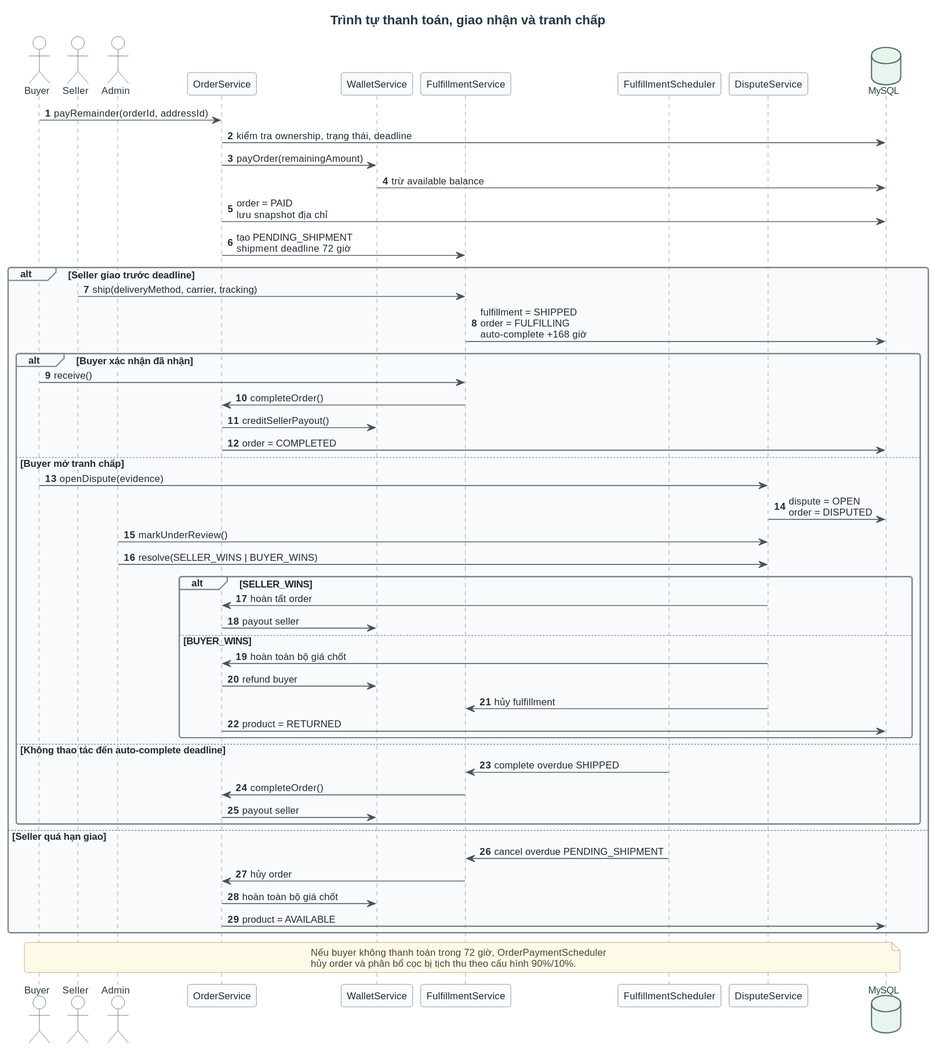
Before: thesis/figures/chapter-4/order-fulfillment-sequence.svg, a diagram exported from PlantUML (duynguyen312004/woodcert-auction). Its diagram source:
```plantuml
@startuml
!include chapter-4-style.puml
title Trình tự thanh toán, giao nhận và tranh chấp
autonumber

actor "Buyer" as Buyer
actor "Seller" as Seller
actor "Admin" as Admin
participant "OrderService" as Order
participant "WalletService" as Wallet
participant "FulfillmentService" as Fulfillment
participant "FulfillmentScheduler" as Scheduler
participant "DisputeService" as Dispute
database "MySQL" as MySQL

Buyer -> Order : payRemainder(orderId, addressId)
Order -> MySQL : kiểm tra ownership, trạng thái, deadline
Order -> Wallet : payOrder(remainingAmount)
Wallet -> MySQL : trừ available balance
Order -> MySQL : order = PAID\nlưu snapshot địa chỉ
Order -> Fulfillment : tạo PENDING_SHIPMENT\nshipment deadline 72 giờ

alt Seller giao trước deadline
  Seller -> Fulfillment : ship(deliveryMethod, carrier, tracking)
  Fulfillment -> MySQL : fulfillment = SHIPPED\norder = FULFILLING\nauto-complete +168 giờ

  alt Buyer xác nhận đã nhận
    Buyer -> Fulfillment : receive()
    Fulfillment -> Order : completeOrder()
    Order -> Wallet : creditSellerPayout()
    Order -> MySQL : order = COMPLETED
  else Buyer mở tranh chấp
    Buyer -> Dispute : openDispute(evidence)
    Dispute -> MySQL : dispute = OPEN\norder = DISPUTED
    Admin -> Dispute : markUnderReview()
    Admin -> Dispute : resolve(SELLER_WINS | BUYER_WINS)

    alt SELLER_WINS
      Dispute -> Order : hoàn tất order
      Order -> Wallet : payout seller
    else BUYER_WINS
      Dispute -> Order : hoàn toàn bộ giá chốt
      Order -> Wallet : refund buyer
      Dispute -> Fulfillment : hủy fulfillment
      Order -> MySQL : product = RETURNED
    end
  else Không thao tác đến auto-complete deadline
    Scheduler -> Fulfillment : complete overdue SHIPPED
    Fulfillment -> Order : completeOrder()
    Order -> Wallet : payout seller
  end
else Seller quá hạn giao
  Scheduler -> Fulfillment : cancel overdue PENDING_SHIPMENT
  Fulfillment -> Order : hủy order
  Order -> Wallet : hoàn toàn bộ giá chốt
  Order -> MySQL : product = AVAILABLE
end

note over Buyer,MySQL
Nếu buyer không thanh toán trong 72 giờ, OrderPaymentScheduler
hủy order và phân bổ cọc bị tịch thu theo cấu hình 90%/10%.
end note
@enduml
```
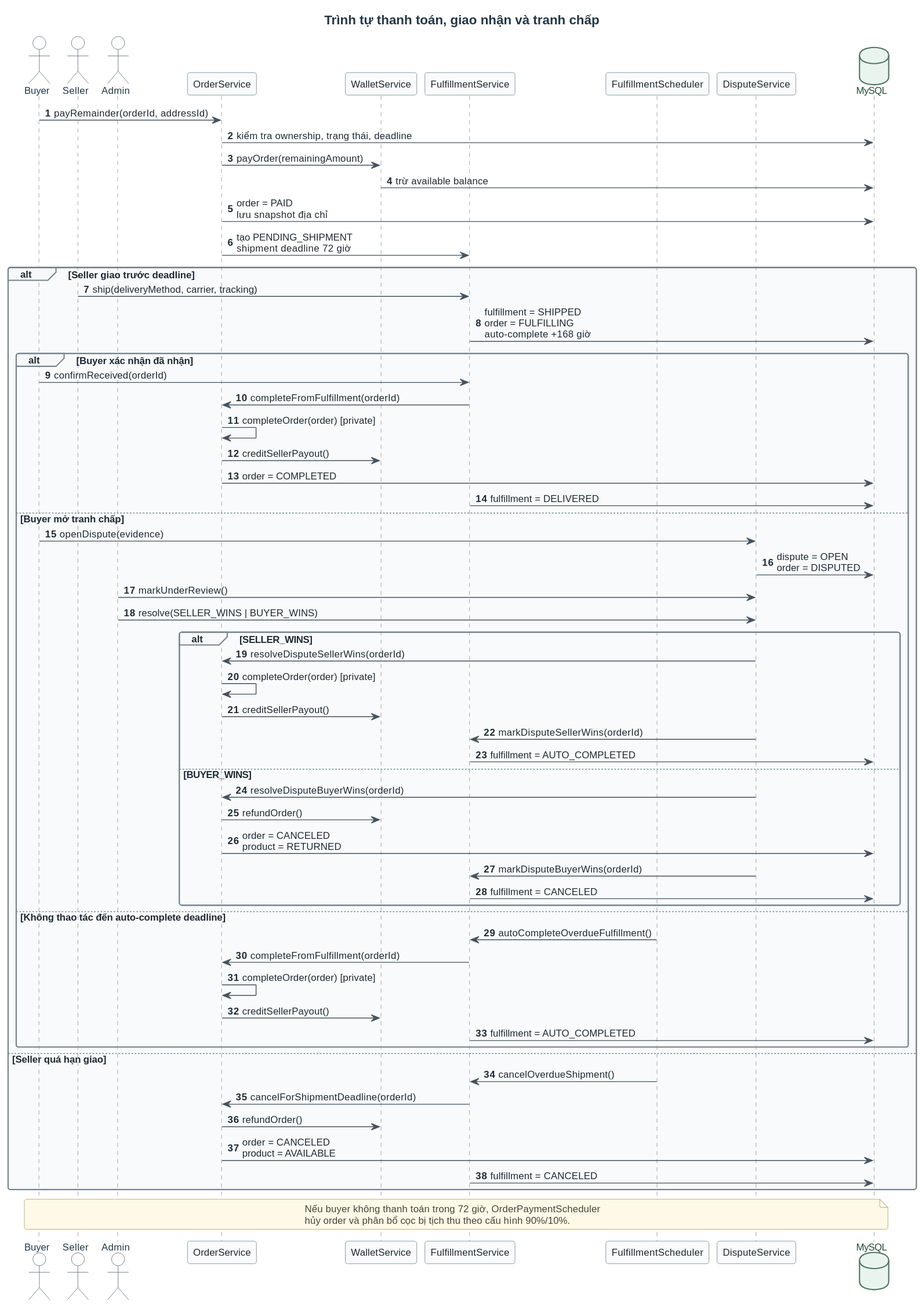
After the commit.

What changed in the source:
```diff
@@ -25,10 +25,12 @@
   Fulfillment -> MySQL : fulfillment = SHIPPED\norder = FULFILLING\nauto-complete +168 giờ
 
   alt Buyer xác nhận đã nhận
-    Buyer -> Fulfillment : receive()
-    Fulfillment -> Order : completeOrder()
+    Buyer -> Fulfillment : confirmReceived(orderId)
+    Fulfillment -> Order : completeFromFulfillment(orderId)
+    Order -> Order : completeOrder(order) [private]
     Order -> Wallet : creditSellerPayout()
     Order -> MySQL : order = COMPLETED
+    Fulfillment -> MySQL : fulfillment = DELIVERED
   else Buyer mở tranh chấp
     Buyer -> Dispute : openDispute(evidence)
     Dispute -> MySQL : dispute = OPEN\norder = DISPUTED
@@ -36,24 +38,31 @@
     Admin -> Dispute : resolve(SELLER_WINS | BUYER_WINS)
 
     alt SELLER_WINS
-      Dispute -> Order : hoàn tất order
-      Order -> Wallet : payout seller
+      Dispute -> Order : resolveDisputeSellerWins(orderId)
+      Order -> Order : completeOrder(order) [private]
+      Order -> Wallet : creditSellerPayout()
+      Dispute -> Fulfillment : markDisputeSellerWins(orderId)
+      Fulfillment -> MySQL : fulfillment = AUTO_COMPLETED
     else BUYER_WINS
-      Dispute -> Order : hoàn toàn bộ giá chốt
-      Order -> Wallet : refund buyer
-      Dispute -> Fulfillment : hủy fulfillment
-      Order -> MySQL : product = RETURNED
+      Dispute -> Order : resolveDisputeBuyerWins(orderId)
+      Order -> Wallet : refundOrder()
+      Order -> MySQL : order = CANCELED\nproduct = RETURNED
+      Dispute -> Fulfillment : markDisputeBuyerWins(orderId)
+      Fulfillment -> MySQL : fulfillment = CANCELED
     end
   else Không thao tác đến auto-complete deadline
-    Scheduler -> Fulfillment : complete overdue SHIPPED
-    Fulfillment -> Order : completeOrder()
-    Order -> Wallet : payout seller
+    Scheduler -> Fulfillment : autoCompleteOverdueFulfillment()
+    Fulfillment -> Order : completeFromFulfillment(orderId)
+    Order -> Order : completeOrder(order) [private]
+    Order -> Wallet : creditSellerPayout()
+    Fulfillment -> MySQL : fulfillment = AUTO_COMPLETED
   end
 else Seller quá hạn giao
-  Scheduler -> Fulfillment : cancel overdue PENDING_SHIPMENT
-  Fulfillment -> Order : hủy order
-  Order -> Wallet : hoàn toàn bộ giá chốt
-  Order -> MySQL : product = AVAILABLE
+  Scheduler -> Fulfillment : cancelOverdueShipment()
+  Fulfillment -> Order : cancelForShipmentDeadline(orderId)
+  Order -> Wallet : refundOrder()
+  Order -> MySQL : order = CANCELED\nproduct = AVAILABLE
+  Fulfillment -> MySQL : fulfillment = CANCELED
 end
 
 note over Buyer,MySQL
```
